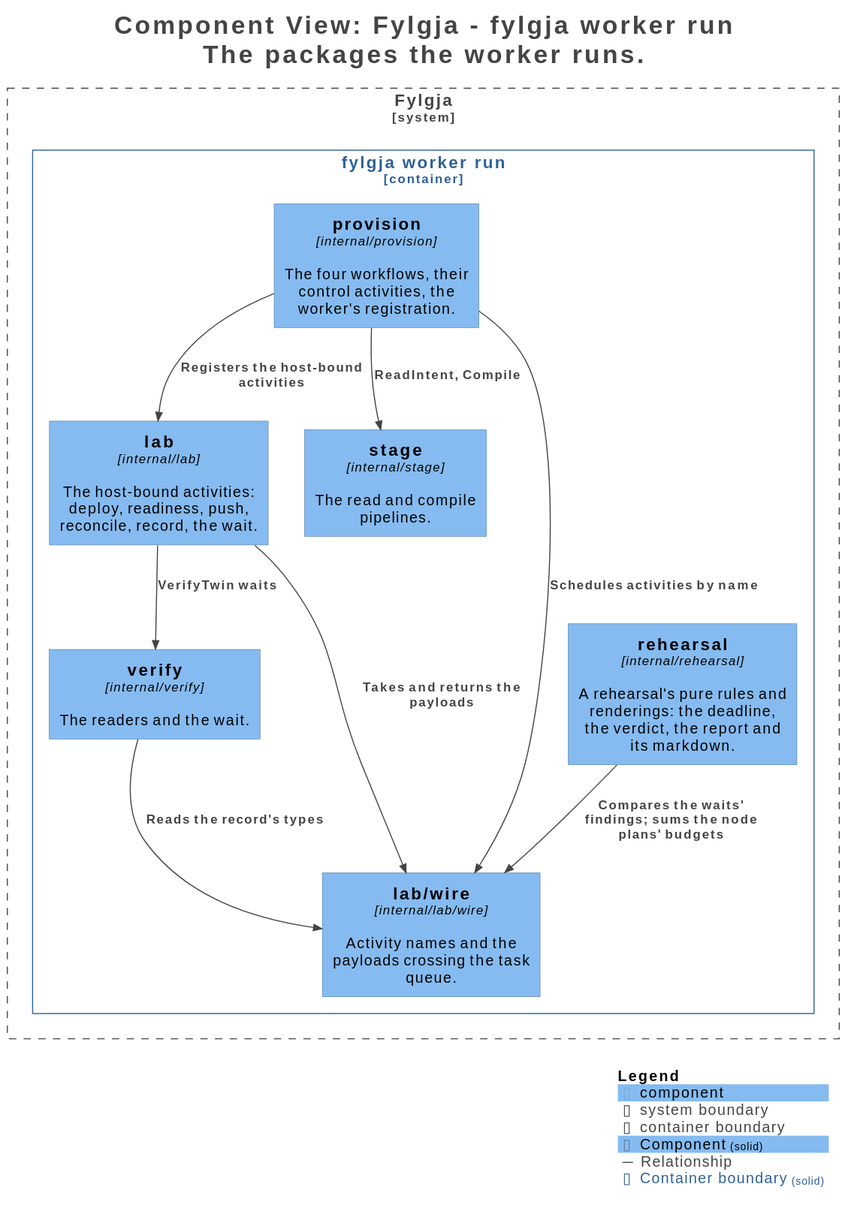
Before: docs/c4/structurizr-WorkerComponents.svg, a diagram exported from PlantUML (happypathnetworking/fylgja).
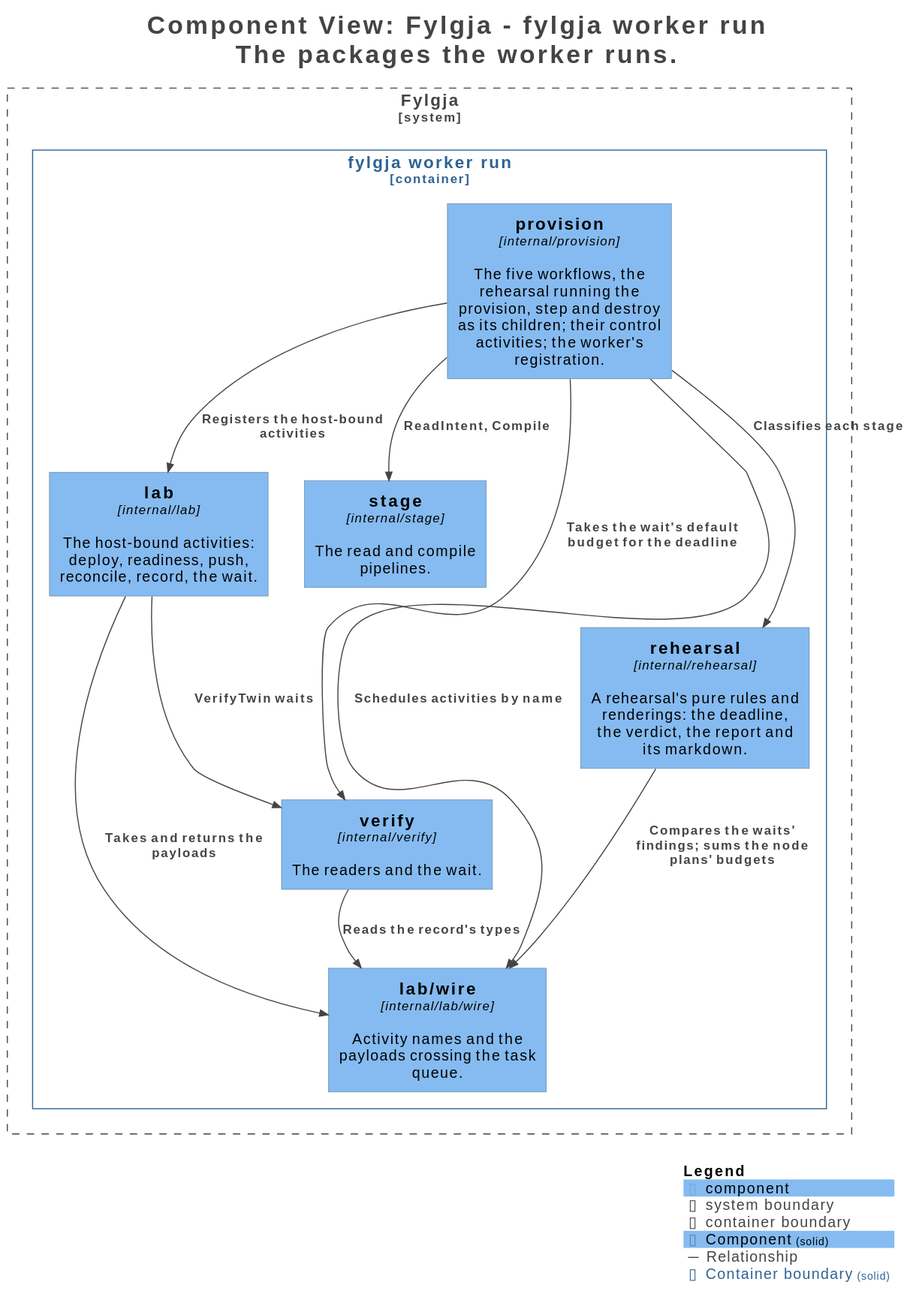
Later version of the same file.

Commit message:
docs(c4): the worker's fifth workflow redrawn

Change to the diagram source:
```diff
@@ -23,7 +23,7 @@
 
 System_Boundary("Fylgja_boundary", "Fylgja", $tags="Software System") {
   Container_Boundary("Fylgja.fylgjaworkerrun_boundary", "fylgja worker run", $tags="Container") {
-    Component(Fylgja.fylgjaworkerrun.provision, "provision", $techn="internal/provision", $descr="The four workflows, their control activities, the worker's registration.", $tags="Component", $link="")
+    Component(Fylgja.fylgjaworkerrun.provision, "provision", $techn="internal/provision", $descr="The five workflows, the rehearsal running the provision, step and destroy as its children; their control activities; the worker's registration.", $tags="Component", $link="")
     Component(Fylgja.fylgjaworkerrun.lab, "lab", $techn="internal/lab", $descr="The host-bound activities: deploy, readiness, push, reconcile, record, the wait.", $tags="Component", $link="")
     Component(Fylgja.fylgjaworkerrun.stage, "stage", $techn="internal/stage", $descr="The read and compile pipelines.", $tags="Component", $link="")
     Component(Fylgja.fylgjaworkerrun.verify, "verify", $techn="internal/verify", $descr="The readers and the wait.", $tags="Component", $link="")
@@ -36,6 +36,8 @@
 Rel(Fylgja.fylgjaworkerrun.provision, Fylgja.fylgjaworkerrun.labwire, "Schedules activities by name", $techn="", $tags="Relationship", $link="")
 Rel(Fylgja.fylgjaworkerrun.provision, Fylgja.fylgjaworkerrun.lab, "Registers the host-bound activities", $techn="", $tags="Relationship", $link="")
 Rel(Fylgja.fylgjaworkerrun.provision, Fylgja.fylgjaworkerrun.stage, "ReadIntent, Compile", $techn="", $tags="Relationship", $link="")
+Rel(Fylgja.fylgjaworkerrun.provision, Fylgja.fylgjaworkerrun.rehearsal, "Classifies each stage", $techn="", $tags="Relationship", $link="")
+Rel(Fylgja.fylgjaworkerrun.provision, Fylgja.fylgjaworkerrun.verify, "Takes the wait's default budget for the deadline", $techn="", $tags="Relationship", $link="")
 Rel(Fylgja.fylgjaworkerrun.lab, Fylgja.fylgjaworkerrun.labwire, "Takes and returns the payloads", $techn="", $tags="Relationship", $link="")
 Rel(Fylgja.fylgjaworkerrun.lab, Fylgja.fylgjaworkerrun.verify, "VerifyTwin waits", $techn="", $tags="Relationship", $link="")
 Rel(Fylgja.fylgjaworkerrun.verify, Fylgja.fylgjaworkerrun.labwire, "Reads the record's types", $techn="", $tags="Relationship", $link="")
```
